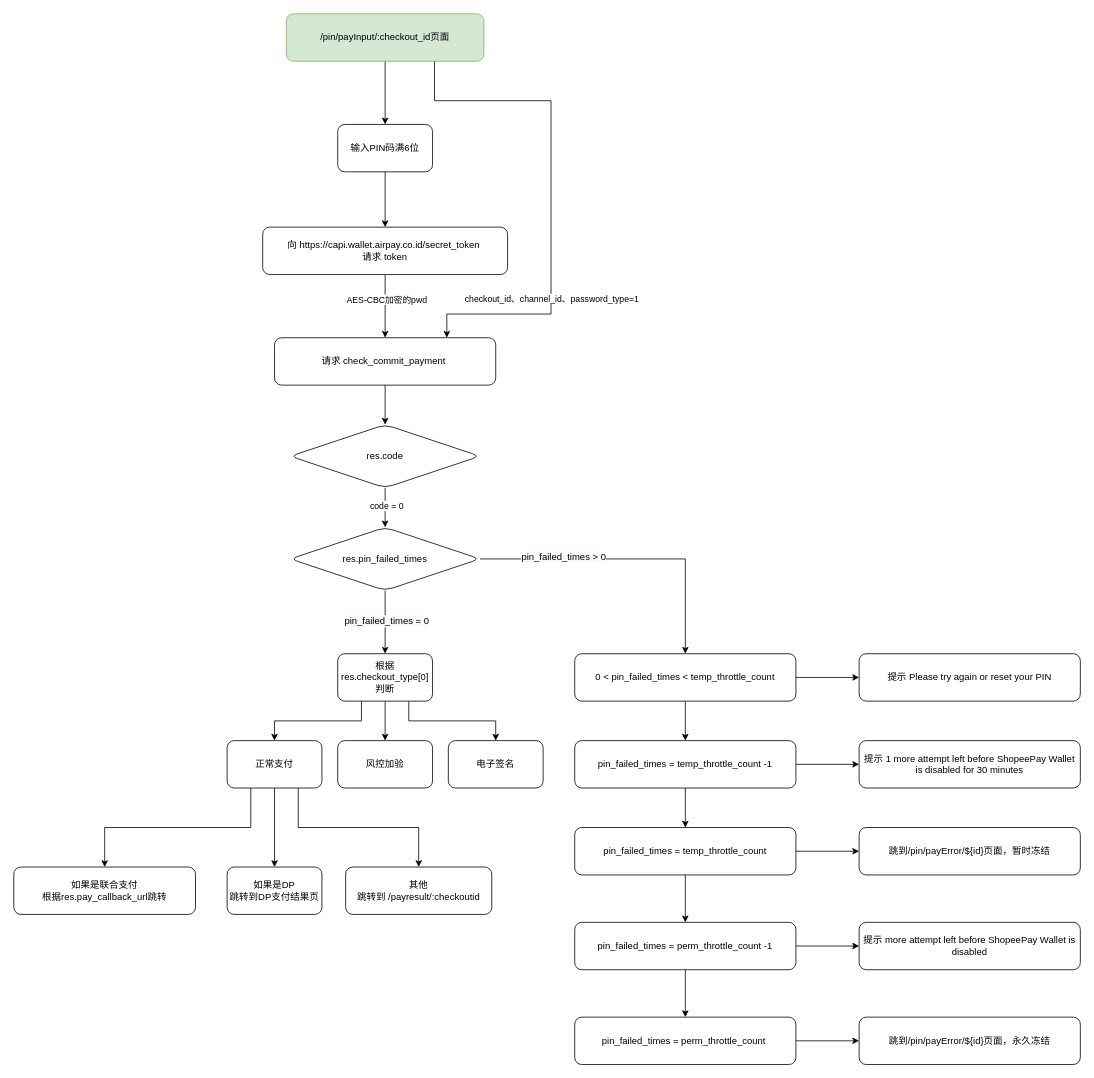
This is Pin码支付流程.drawio from landiy/drawio-repo, a draw.io file, before an edit. Source tidied: cells renumbered, new cells numbered last; positions are measured from the earlier drawing's top-left corner, leaving out a move shared by most shapes. Both pictures are drawn from the tidied source at 79%, with x=0, y=0 at pixel (13, 13).
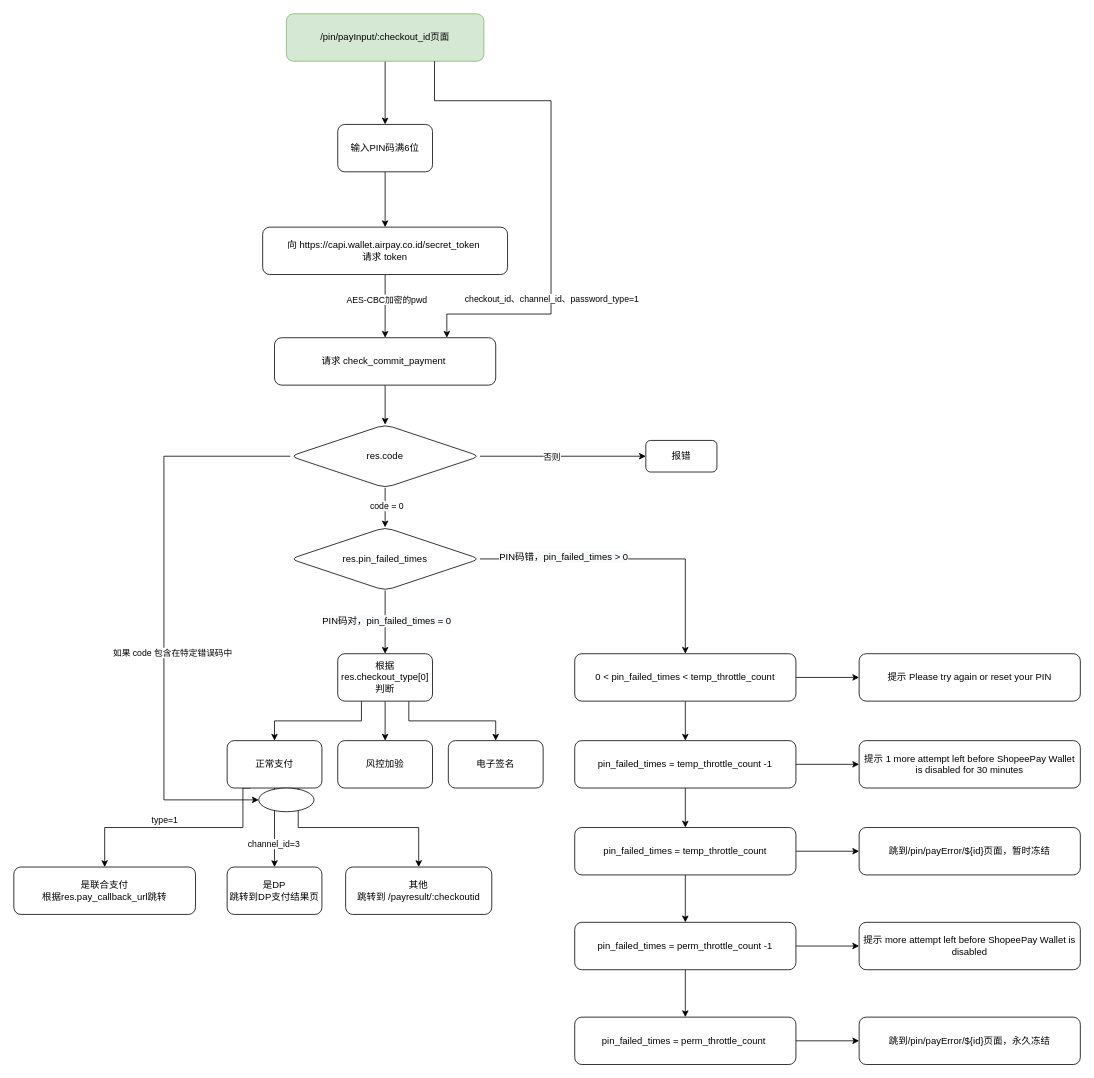
The same page after the edit.

Commit message (it also covers changes not shown here):
Update Pin码支付流程.drawio

Unchanged cells that the change refers to:
```xml
<mxCell id="15" value="res.code" style="rhombus;whiteSpace=wrap;html=1;rounded=1;" parent="1" vertex="1">
  <mxGeometry x="350" y="520" width="240" height="80" as="geometry" />
</mxCell>
<mxCell id="16" style="edgeStyle=orthogonalEdgeStyle;rounded=0;jettySize=auto;html=1;" parent="1" edge="1" source="20">
  <mxGeometry relative="1" as="geometry">
    <mxPoint x="470" y="810" as="targetPoint" />
  </mxGeometry>
</mxCell>
<mxCell id="18" style="edgeStyle=orthogonalEdgeStyle;rounded=0;jettySize=auto;html=1;exitX=1;exitY=0.5;exitDx=0;exitDy=0;" parent="1" edge="1" source="20" target="36">
  <mxGeometry relative="1" as="geometry" />
</mxCell>
<mxCell id="26" style="edgeStyle=orthogonalEdgeStyle;rounded=0;jettySize=auto;html=1;exitX=0.5;exitY=1;exitDx=0;exitDy=0;" parent="1" edge="1" source="28" target="32">
  <mxGeometry relative="1" as="geometry" />
</mxCell>
<mxCell id="28" value="正常支付" style="rounded=1;whiteSpace=wrap;html=1;" parent="1" vertex="1">
  <mxGeometry x="270" y="920" width="120" height="60" as="geometry" />
</mxCell>
```

What changed in the source:
```diff
@@
+    <mxCell id="53" style="edgeStyle=orthogonalEdgeStyle;rounded=0;jettySize=auto;html=1;exitX=0;exitY=0.5;exitDx=0;exitDy=0;" parent="1" edge="1" source="15" target="59">
+      <mxGeometry relative="1" as="geometry">
+        <Array as="points">
+          <mxPoint x="190" y="560" />
+          <mxPoint x="190" y="995" />
+        </Array>
+      </mxGeometry>
+    </mxCell>
+    <mxCell id="54" value="如果 code 包含在特定错误码中" style="edgeLabel;html=1;align=center;verticalAlign=middle;" parent="53" vertex="1">
+      <mxGeometry x="-0.07" y="-4" relative="1" as="geometry">
+        <mxPoint x="14" y="76" as="offset" />
+      </mxGeometry>
+    </mxCell>
+    <mxCell id="55" style="edgeStyle=orthogonalEdgeStyle;rounded=0;jettySize=auto;html=1;" parent="1" edge="1" source="15" target="60">
+      <mxGeometry relative="1" as="geometry" />
+    </mxCell>
+    <mxCell id="56" value="否则" style="edgeLabel;html=1;align=center;verticalAlign=middle;" parent="55" vertex="1">
+      <mxGeometry x="-0.37" relative="1" as="geometry">
+        <mxPoint x="24" as="offset" />
+      </mxGeometry>
+    </mxCell>
@@
-    <mxCell id="17" value="&lt;span style=&quot;font-size: 12px ; background-color: rgb(248 , 249 , 250)&quot;&gt;pin_failed_times = 0&lt;/span&gt;" style="edgeLabel;html=1;align=center;verticalAlign=middle;" parent="16" vertex="1">
+    <mxCell id="17" value="&lt;span style=&quot;font-size: 12px ; background-color: rgb(248 , 249 , 250)&quot;&gt;PIN码对&lt;/span&gt;&lt;span style=&quot;font-size: 12px ; background-color: rgb(248 , 249 , 250)&quot;&gt;，pin_failed_times = 0&lt;/span&gt;" style="edgeLabel;html=1;align=center;verticalAlign=middle;" parent="16" vertex="1">
       <mxGeometry x="-0.05" y="1" relative="1" as="geometry" />
     </mxCell>
@@
-    <mxCell id="19" value="&lt;span style=&quot;font-size: 12px ; background-color: rgb(248 , 249 , 250)&quot;&gt;pin_failed_times &amp;gt; 0&lt;/span&gt;" style="edgeLabel;html=1;align=center;verticalAlign=middle;" parent="18" vertex="1">
+    <mxCell id="19" value="&lt;span style=&quot;font-size: 12px ; background-color: rgb(248 , 249 , 250)&quot;&gt;PIN码错，pin_failed_times &amp;gt; 0&lt;/span&gt;" style="edgeLabel;html=1;align=center;verticalAlign=middle;" parent="18" vertex="1">
       <mxGeometry x="-0.45" y="3" relative="1" as="geometry" />
     </mxCell>
@@
     <mxCell id="25" style="edgeStyle=orthogonalEdgeStyle;rounded=0;jettySize=auto;html=1;exitX=0.25;exitY=1;exitDx=0;exitDy=0;" parent="1" edge="1" source="28" target="31">
-      <mxGeometry relative="1" as="geometry" />
+      <mxGeometry relative="1" as="geometry">
+        <Array as="points">
+          <mxPoint x="290" y="980" />
+          <mxPoint x="290" y="1030" />
+          <mxPoint x="115" y="1030" />
+        </Array>
+      </mxGeometry>
     </mxCell>
+    <mxCell id="57" value="type=1" style="edgeLabel;html=1;align=center;verticalAlign=middle;" parent="25" vertex="1">
+      <mxGeometry x="-0.83" y="1" relative="1" as="geometry">
+        <mxPoint x="-101" y="26" as="offset" />
+      </mxGeometry>
+    </mxCell>
@@
+    <mxCell id="58" value="channel_id=3" style="edgeLabel;html=1;align=center;verticalAlign=middle;" parent="26" vertex="1">
+      <mxGeometry x="-0.54" y="-2" relative="1" as="geometry">
+        <mxPoint y="47" as="offset" />
+      </mxGeometry>
+    </mxCell>
@@
-    <mxCell id="31" value="&lt;span&gt;如果是联合支付&lt;/span&gt;&lt;br&gt;&lt;span&gt;根据res.pay_callback_url跳转&lt;/span&gt;" style="whiteSpace=wrap;html=1;rounded=1;" parent="1" vertex="1">
+    <mxCell id="31" value="&lt;span&gt;是联合支付&lt;/span&gt;&lt;br&gt;&lt;span&gt;根据res.pay_callback_url跳转&lt;/span&gt;" style="whiteSpace=wrap;html=1;rounded=1;" parent="1" vertex="1">
       <mxGeometry y="1080" width="230" height="60" as="geometry" />
     </mxCell>
-    <mxCell id="32" value="如果是DP&lt;br&gt;跳转到DP支付结果页" style="rounded=1;whiteSpace=wrap;html=1;" parent="1" vertex="1">
+    <mxCell id="32" value="是DP&lt;br&gt;跳转到DP支付结果页" style="rounded=1;whiteSpace=wrap;html=1;" parent="1" vertex="1">
       <mxGeometry x="270" y="1080" width="120" height="60" as="geometry" />
     </mxCell>
@@
+    <mxCell id="59" style="ellipse;whiteSpace=wrap;html=1;" parent="1" vertex="1">
+      <mxGeometry x="310" y="980" width="70" height="30" as="geometry" />
+    </mxCell>
+    <mxCell id="60" value="报错" style="whiteSpace=wrap;html=1;rounded=1;" parent="1" vertex="1">
+      <mxGeometry x="800" y="540" width="90" height="40" as="geometry" />
+    </mxCell>
```
